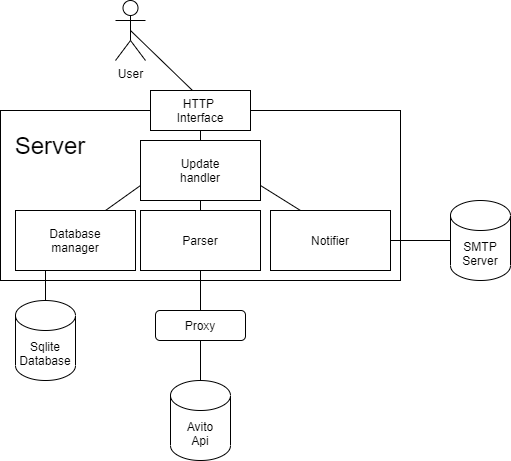
The draw.io diagram avito_diagram.png in antonvlasov/avito, before a commit. Source tidied: cells renumbered, new cells last; positions are measured from the earlier drawing's top-left corner, leaving out a move shared by most shapes. Source of this version:
```xml
<mxGraphModel>
  <root>
    <mxCell id="0" />
    <mxCell id="1" parent="0" />
    <mxCell id="2" value="&lt;font style=&quot;font-size: 24px&quot;&gt;Server&lt;/font&gt;" style="rounded=0;whiteSpace=wrap;html=1;spacingTop=-100;spacingLeft=-300;" parent="1" vertex="1">
      <mxGeometry y="110" width="400" height="170" as="geometry" />
    </mxCell>
    <mxCell id="3" value="HTTP&amp;nbsp;&lt;br&gt;Interface" style="rounded=0;whiteSpace=wrap;html=1;" parent="1" vertex="1">
      <mxGeometry x="150" y="90" width="100" height="40" as="geometry" />
    </mxCell>
    <mxCell id="4" value="Update&lt;br&gt;handler" style="rounded=0;whiteSpace=wrap;html=1;" parent="1" vertex="1">
      <mxGeometry x="140" y="140" width="120" height="60" as="geometry" />
    </mxCell>
    <mxCell id="5" value="Database&lt;br&gt;manager" style="rounded=0;whiteSpace=wrap;html=1;" parent="1" vertex="1">
      <mxGeometry x="15" y="210" width="120" height="60" as="geometry" />
    </mxCell>
    <mxCell id="6" value="Parser&lt;br&gt;" style="rounded=0;whiteSpace=wrap;html=1;" parent="1" vertex="1">
      <mxGeometry x="140" y="210" width="120" height="60" as="geometry" />
    </mxCell>
    <mxCell id="7" value="Notifier" style="rounded=0;whiteSpace=wrap;html=1;" parent="1" vertex="1">
      <mxGeometry x="270" y="210" width="120" height="60" as="geometry" />
    </mxCell>
    <mxCell id="8" value="SMTP&lt;br&gt;Server" style="shape=cylinder3;whiteSpace=wrap;html=1;boundedLbl=1;backgroundOutline=1;size=15;" parent="1" vertex="1">
      <mxGeometry x="450" y="200" width="60" height="80" as="geometry" />
    </mxCell>
    <mxCell id="9" value="Avito&lt;br&gt;Api" style="shape=cylinder3;whiteSpace=wrap;html=1;boundedLbl=1;backgroundOutline=1;size=15;" parent="1" vertex="1">
      <mxGeometry x="170" y="380" width="60" height="80" as="geometry" />
    </mxCell>
    <mxCell id="10" value="Sqlite&lt;br&gt;Database" style="shape=cylinder3;whiteSpace=wrap;html=1;boundedLbl=1;backgroundOutline=1;size=15;" parent="1" vertex="1">
      <mxGeometry x="15" y="300" width="60" height="80" as="geometry" />
    </mxCell>
    <mxCell id="11" value="User&lt;br&gt;" style="shape=umlActor;verticalLabelPosition=bottom;verticalAlign=top;html=1;outlineConnect=0;" parent="1" vertex="1">
      <mxGeometry x="115" width="30" height="60" as="geometry" />
    </mxCell>
    <mxCell id="12" style="endArrow=none;html=1;exitX=0.42;exitY=0;exitDx=0;exitDy=0;exitPerimeter=0;entryX=0.5;entryY=0.5;entryDx=0;entryDy=0;entryPerimeter=0;" parent="1" edge="1" source="3" target="11">
      <mxGeometry relative="1" as="geometry" />
    </mxCell>
    <mxCell id="13" style="endArrow=none;html=1;entryX=0.5;entryY=1;entryDx=0;entryDy=0;exitX=0.5;exitY=0;exitDx=0;exitDy=0;" parent="1" edge="1" source="4" target="3">
      <mxGeometry relative="1" as="geometry" />
    </mxCell>
    <mxCell id="14" style="endArrow=none;html=1;exitX=0.75;exitY=0;exitDx=0;exitDy=0;entryX=0;entryY=0.75;entryDx=0;entryDy=0;" parent="1" edge="1" source="5" target="4">
      <mxGeometry relative="1" as="geometry" />
    </mxCell>
    <mxCell id="15" style="endArrow=none;html=1;exitX=0.5;exitY=0;exitDx=0;exitDy=0;entryX=0.5;entryY=1;entryDx=0;entryDy=0;" parent="1" edge="1" source="6" target="4">
      <mxGeometry relative="1" as="geometry" />
    </mxCell>
    <mxCell id="16" style="endArrow=none;html=1;entryX=0.25;entryY=0;entryDx=0;entryDy=0;exitX=1;exitY=0.75;exitDx=0;exitDy=0;" parent="1" edge="1" source="4" target="7">
      <mxGeometry relative="1" as="geometry" />
    </mxCell>
    <mxCell id="17" style="endArrow=none;html=1;entryX=1;entryY=0.5;entryDx=0;entryDy=0;" parent="1" edge="1" source="8" target="7">
      <mxGeometry relative="1" as="geometry" />
    </mxCell>
    <mxCell id="18" value="Proxy" style="rounded=1;whiteSpace=wrap;html=1;" parent="1" vertex="1">
      <mxGeometry x="155" y="310" width="90" height="30" as="geometry" />
    </mxCell>
    <mxCell id="19" style="endArrow=none;html=1;entryX=0.5;entryY=1;entryDx=0;entryDy=0;exitX=0.5;exitY=0;exitDx=0;exitDy=0;" parent="1" edge="1" source="18" target="6">
      <mxGeometry relative="1" as="geometry" />
    </mxCell>
    <mxCell id="20" style="endArrow=none;html=1;exitX=0.5;exitY=1;exitDx=0;exitDy=0;entryX=0.5;entryY=0;entryDx=0;entryDy=0;entryPerimeter=0;" parent="1" edge="1" source="18" target="9">
      <mxGeometry relative="1" as="geometry" />
    </mxCell>
    <mxCell id="21" style="endArrow=none;html=1;exitX=0.5;exitY=0;exitDx=0;exitDy=0;exitPerimeter=0;entryX=0.25;entryY=1;entryDx=0;entryDy=0;" parent="1" edge="1" source="10" target="5">
      <mxGeometry relative="1" as="geometry" />
    </mxCell>
  </root>
</mxGraphModel>
```
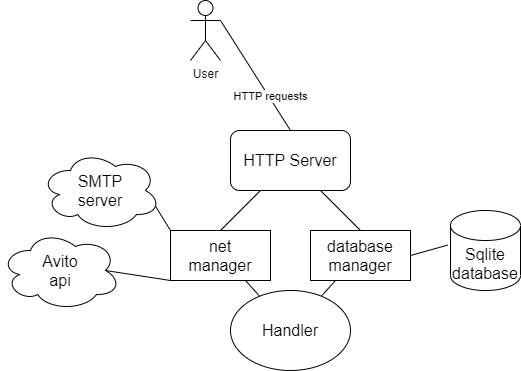
Above is the later version.

The edit, as a diff of the source:
```diff
@@ -2,65 +2,56 @@
   <root>
     <mxCell id="0" />
     <mxCell id="1" parent="0" />
-    <mxCell id="2" value="&lt;font style=&quot;font-size: 24px&quot;&gt;Server&lt;/font&gt;" style="rounded=0;whiteSpace=wrap;html=1;spacingTop=-100;spacingLeft=-300;" parent="1" vertex="1">
-      <mxGeometry y="110" width="400" height="170" as="geometry" />
-    </mxCell>
-    <mxCell id="3" value="HTTP&amp;nbsp;&lt;br&gt;Interface" style="rounded=0;whiteSpace=wrap;html=1;" parent="1" vertex="1">
-      <mxGeometry x="150" y="90" width="100" height="40" as="geometry" />
-    </mxCell>
-    <mxCell id="4" value="Update&lt;br&gt;handler" style="rounded=0;whiteSpace=wrap;html=1;" parent="1" vertex="1">
-      <mxGeometry x="140" y="140" width="120" height="60" as="geometry" />
-    </mxCell>
-    <mxCell id="5" value="Database&lt;br&gt;manager" style="rounded=0;whiteSpace=wrap;html=1;" parent="1" vertex="1">
-      <mxGeometry x="15" y="210" width="120" height="60" as="geometry" />
-    </mxCell>
-    <mxCell id="6" value="Parser&lt;br&gt;" style="rounded=0;whiteSpace=wrap;html=1;" parent="1" vertex="1">
-      <mxGeometry x="140" y="210" width="120" height="60" as="geometry" />
-    </mxCell>
-    <mxCell id="7" value="Notifier" style="rounded=0;whiteSpace=wrap;html=1;" parent="1" vertex="1">
-      <mxGeometry x="270" y="210" width="120" height="60" as="geometry" />
-    </mxCell>
-    <mxCell id="8" value="SMTP&lt;br&gt;Server" style="shape=cylinder3;whiteSpace=wrap;html=1;boundedLbl=1;backgroundOutline=1;size=15;" parent="1" vertex="1">
-      <mxGeometry x="450" y="200" width="60" height="80" as="geometry" />
-    </mxCell>
-    <mxCell id="9" value="Avito&lt;br&gt;Api" style="shape=cylinder3;whiteSpace=wrap;html=1;boundedLbl=1;backgroundOutline=1;size=15;" parent="1" vertex="1">
-      <mxGeometry x="170" y="380" width="60" height="80" as="geometry" />
-    </mxCell>
-    <mxCell id="10" value="Sqlite&lt;br&gt;Database" style="shape=cylinder3;whiteSpace=wrap;html=1;boundedLbl=1;backgroundOutline=1;size=15;" parent="1" vertex="1">
-      <mxGeometry x="15" y="300" width="60" height="80" as="geometry" />
-    </mxCell>
+    <mxCell id="22" value="&lt;font style=&quot;font-size: 16px&quot;&gt;HTTP Server&lt;/font&gt;" style="rounded=1;whiteSpace=wrap;html=1;" parent="1" vertex="1">
+      <mxGeometry x="155" y="130" width="120" height="60" as="geometry" />
+    </mxCell>
+    <mxCell id="23" value="&lt;font style=&quot;font-size: 16px&quot;&gt;Handler&lt;/font&gt;" style="ellipse;whiteSpace=wrap;html=1;" parent="1" vertex="1">
+      <mxGeometry x="155" y="290" width="120" height="80" as="geometry" />
+    </mxCell>
+    <mxCell id="24" value="&lt;font style=&quot;font-size: 16px&quot;&gt;Sqlite&lt;br&gt;database&lt;/font&gt;" style="shape=cylinder3;whiteSpace=wrap;html=1;boundedLbl=1;backgroundOutline=1;size=15;" parent="1" vertex="1">
+      <mxGeometry x="375" y="210" width="70" height="80" as="geometry" />
+    </mxCell>
+    <mxCell id="25" value="&lt;font style=&quot;font-size: 16px&quot;&gt;SMTP&lt;br&gt;server&lt;/font&gt;" style="ellipse;shape=cloud;whiteSpace=wrap;html=1;" parent="1" vertex="1">
+      <mxGeometry x="-35" y="150" width="120" height="80" as="geometry" />
+    </mxCell>
+    <mxCell id="26" value="&lt;font style=&quot;font-size: 16px&quot;&gt;net&lt;br&gt;manager&lt;/font&gt;" style="rounded=0;whiteSpace=wrap;html=1;" parent="1" vertex="1">
+      <mxGeometry x="95" y="230" width="100" height="50" as="geometry" />
+    </mxCell>
+    <mxCell id="27" value="&lt;font style=&quot;font-size: 16px&quot;&gt;Avito&lt;br&gt;api&lt;/font&gt;" style="ellipse;shape=cloud;whiteSpace=wrap;html=1;" parent="1" vertex="1">
+      <mxGeometry x="-75" y="230" width="120" height="80" as="geometry" />
+    </mxCell>
+    <mxCell id="28" value="&lt;font style=&quot;font-size: 16px&quot;&gt;database&lt;br&gt;manager&lt;/font&gt;" style="rounded=0;whiteSpace=wrap;html=1;" parent="1" vertex="1">
+      <mxGeometry x="235" y="230" width="100" height="50" as="geometry" />
+    </mxCell>
-    <mxCell id="11" value="User&lt;br&gt;" style="shape=umlActor;verticalLabelPosition=bottom;verticalAlign=top;html=1;outlineConnect=0;" parent="1" vertex="1">
+    <mxCell id="11" value="User" style="shape=umlActor;verticalLabelPosition=bottom;verticalAlign=top;html=1;outlineConnect=0;" parent="1" vertex="1">
       <mxGeometry x="115" width="30" height="60" as="geometry" />
     </mxCell>
-    <mxCell id="12" style="endArrow=none;html=1;exitX=0.42;exitY=0;exitDx=0;exitDy=0;exitPerimeter=0;entryX=0.5;entryY=0.5;entryDx=0;entryDy=0;entryPerimeter=0;" parent="1" edge="1" source="3" target="11">
-      <mxGeometry relative="1" as="geometry" />
-    </mxCell>
-    <mxCell id="13" style="endArrow=none;html=1;entryX=0.5;entryY=1;entryDx=0;entryDy=0;exitX=0.5;exitY=0;exitDx=0;exitDy=0;" parent="1" edge="1" source="4" target="3">
-      <mxGeometry relative="1" as="geometry" />
-    </mxCell>
-    <mxCell id="14" style="endArrow=none;html=1;exitX=0.75;exitY=0;exitDx=0;exitDy=0;entryX=0;entryY=0.75;entryDx=0;entryDy=0;" parent="1" edge="1" source="5" target="4">
-      <mxGeometry relative="1" as="geometry" />
-    </mxCell>
-    <mxCell id="15" style="endArrow=none;html=1;exitX=0.5;exitY=0;exitDx=0;exitDy=0;entryX=0.5;entryY=1;entryDx=0;entryDy=0;" parent="1" edge="1" source="6" target="4">
-      <mxGeometry relative="1" as="geometry" />
-    </mxCell>
-    <mxCell id="16" style="endArrow=none;html=1;entryX=0.25;entryY=0;entryDx=0;entryDy=0;exitX=1;exitY=0.75;exitDx=0;exitDy=0;" parent="1" edge="1" source="4" target="7">
-      <mxGeometry relative="1" as="geometry" />
-    </mxCell>
-    <mxCell id="17" style="endArrow=none;html=1;entryX=1;entryY=0.5;entryDx=0;entryDy=0;" parent="1" edge="1" source="8" target="7">
-      <mxGeometry relative="1" as="geometry" />
-    </mxCell>
-    <mxCell id="18" value="Proxy" style="rounded=1;whiteSpace=wrap;html=1;" parent="1" vertex="1">
-      <mxGeometry x="155" y="310" width="90" height="30" as="geometry" />
-    </mxCell>
-    <mxCell id="19" style="endArrow=none;html=1;entryX=0.5;entryY=1;entryDx=0;entryDy=0;exitX=0.5;exitY=0;exitDx=0;exitDy=0;" parent="1" edge="1" source="18" target="6">
-      <mxGeometry relative="1" as="geometry" />
-    </mxCell>
-    <mxCell id="20" style="endArrow=none;html=1;exitX=0.5;exitY=1;exitDx=0;exitDy=0;entryX=0.5;entryY=0;entryDx=0;entryDy=0;entryPerimeter=0;" parent="1" edge="1" source="18" target="9">
-      <mxGeometry relative="1" as="geometry" />
-    </mxCell>
-    <mxCell id="21" style="endArrow=none;html=1;exitX=0.5;exitY=0;exitDx=0;exitDy=0;exitPerimeter=0;entryX=0.25;entryY=1;entryDx=0;entryDy=0;" parent="1" edge="1" source="10" target="5">
-      <mxGeometry relative="1" as="geometry" />
-    </mxCell>
+    <mxCell id="29" style="endArrow=none;html=1;entryX=1;entryY=0.3333333333333333;entryDx=0;entryDy=0;entryPerimeter=0;exitX=0.5;exitY=0;exitDx=0;exitDy=0;" parent="1" edge="1" source="22" target="11">
+      <mxGeometry relative="1" as="geometry" />
+    </mxCell>
+    <mxCell id="30" value="HTTP requests" style="edgeLabel;html=1;align=center;verticalAlign=middle;" parent="29" vertex="1">
+      <mxGeometry x="-0.39" y="-1" relative="1" as="geometry" />
+    </mxCell>
+    <mxCell id="31" style="endArrow=none;html=1;entryX=0;entryY=1;entryDx=0;entryDy=0;exitX=0.875;exitY=0.5;exitDx=0;exitDy=0;exitPerimeter=0;" parent="1" edge="1" source="27" target="26">
+      <mxGeometry relative="1" as="geometry" />
+    </mxCell>
+    <mxCell id="32" style="endArrow=none;html=1;entryX=0.96;entryY=0.7;entryDx=0;entryDy=0;entryPerimeter=0;exitX=0;exitY=0;exitDx=0;exitDy=0;" parent="1" edge="1" source="26" target="25">
+      <mxGeometry relative="1" as="geometry" />
+    </mxCell>
+    <mxCell id="33" style="endArrow=none;html=1;exitX=0.75;exitY=1;exitDx=0;exitDy=0;" parent="1" edge="1" source="26" target="23">
+      <mxGeometry relative="1" as="geometry" />
+    </mxCell>
+    <mxCell id="34" style="endArrow=none;html=1;entryX=0.25;entryY=1;entryDx=0;entryDy=0;" parent="1" edge="1" source="23" target="28">
+      <mxGeometry relative="1" as="geometry" />
+    </mxCell>
+    <mxCell id="35" style="endArrow=none;html=1;entryX=0.25;entryY=1;entryDx=0;entryDy=0;exitX=0.5;exitY=0;exitDx=0;exitDy=0;" parent="1" edge="1" source="26" target="22">
+      <mxGeometry relative="1" as="geometry" />
+    </mxCell>
+    <mxCell id="36" style="endArrow=none;html=1;entryX=0.75;entryY=1;entryDx=0;entryDy=0;exitX=0.5;exitY=0;exitDx=0;exitDy=0;" parent="1" edge="1" source="28" target="22">
+      <mxGeometry relative="1" as="geometry" />
+    </mxCell>
+    <mxCell id="37" style="endArrow=none;html=1;entryX=-0.042;entryY=0.433;entryDx=0;entryDy=0;entryPerimeter=0;exitX=1;exitY=0.5;exitDx=0;exitDy=0;" parent="1" edge="1" source="28" target="24">
+      <mxGeometry relative="1" as="geometry" />
+    </mxCell>
   </root>
 </mxGraphModel>
```
